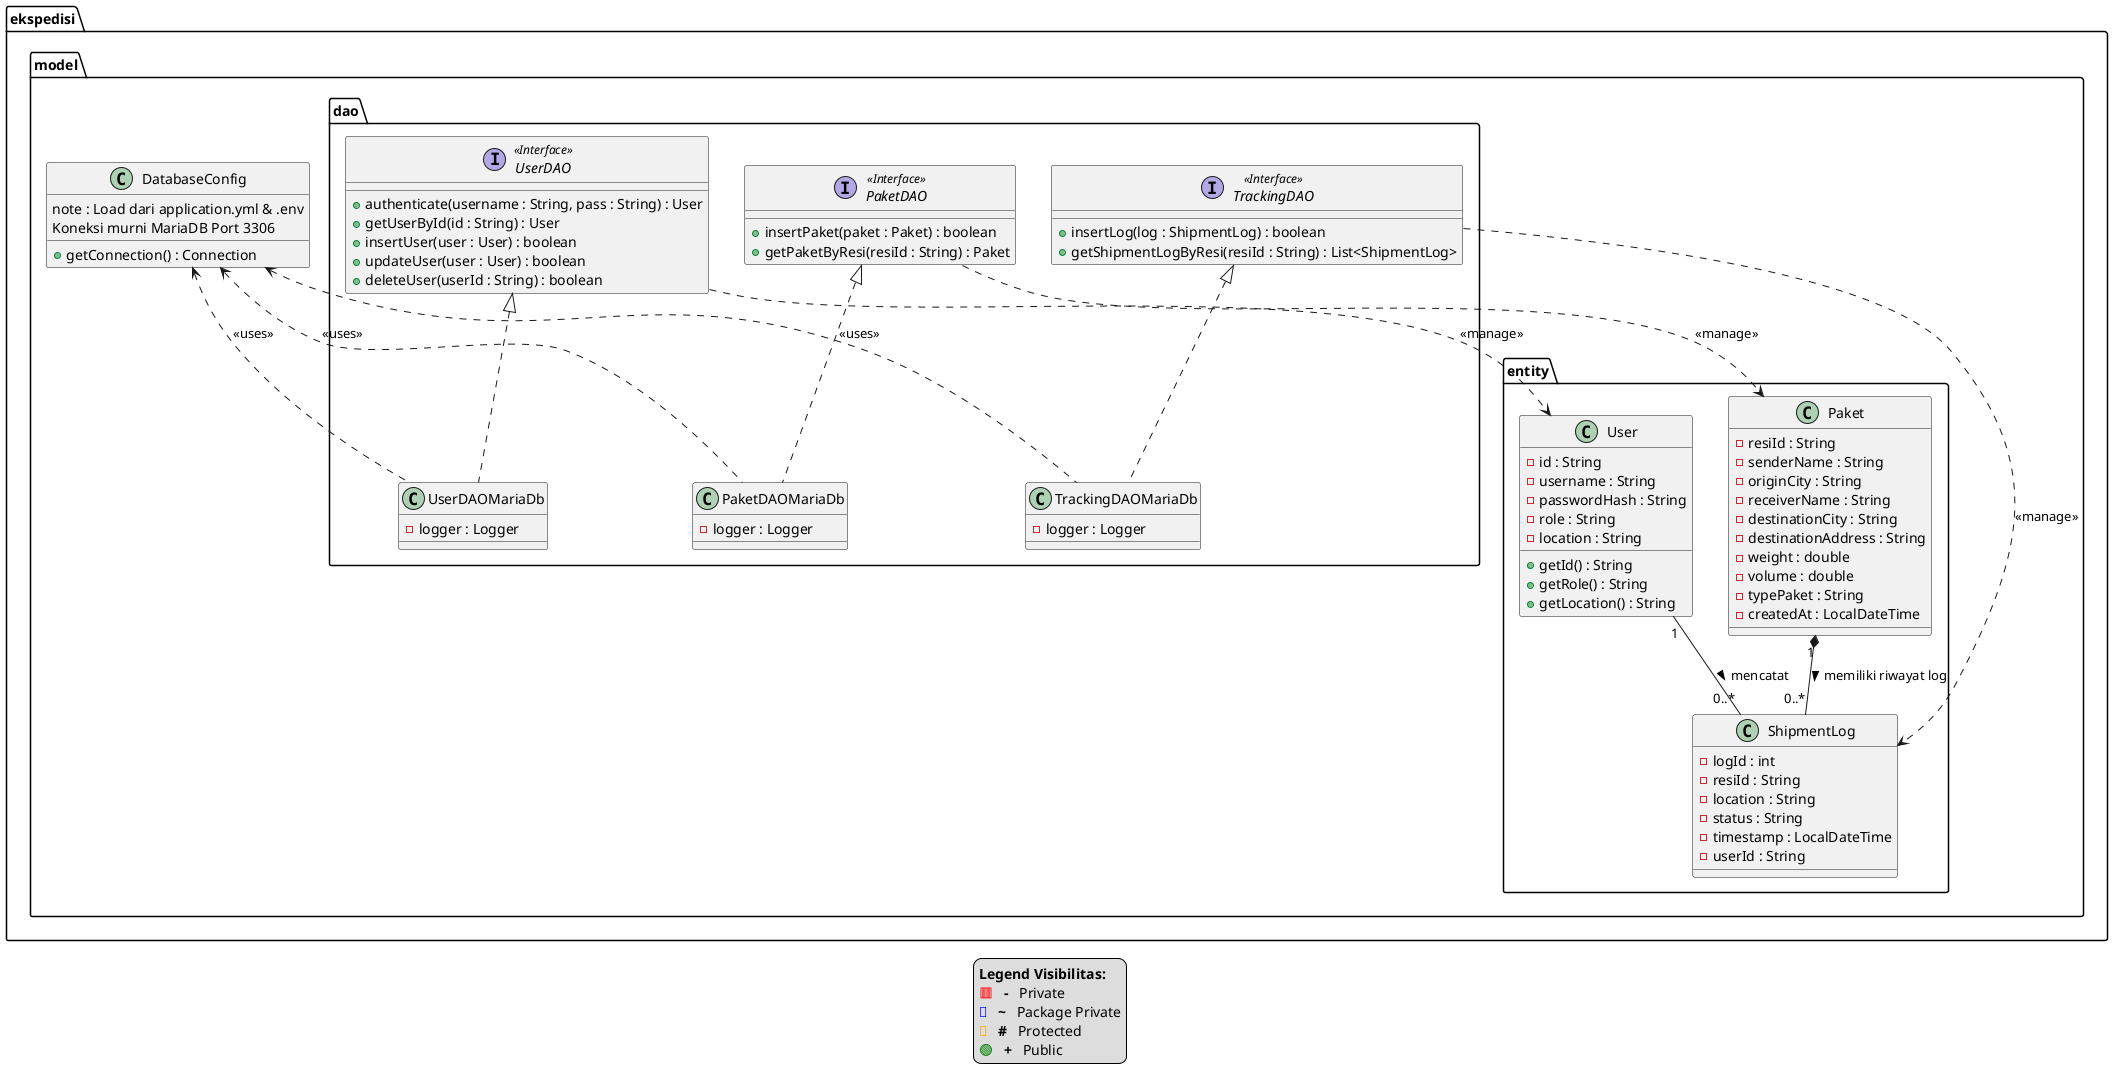
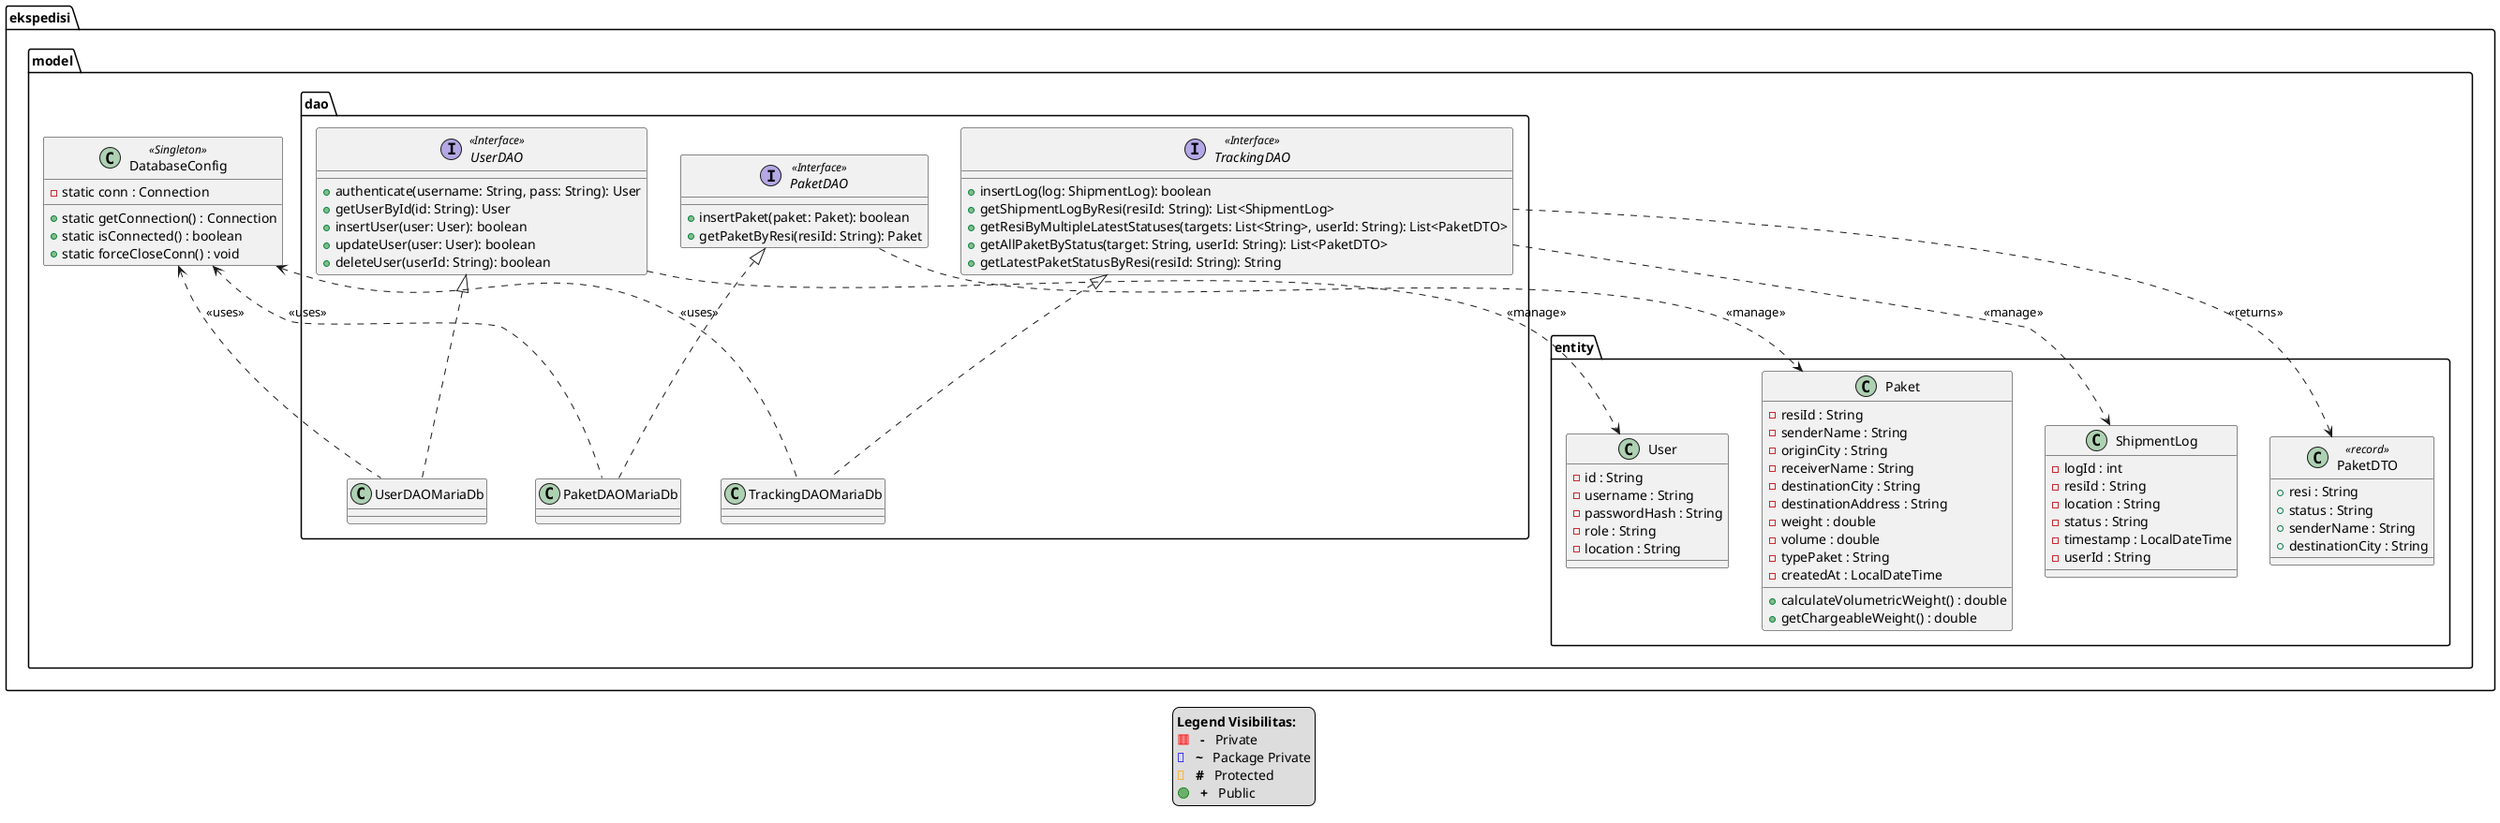
@startuml
- 
package "ekspedisi.model" <<Folder>> {

-     class DatabaseConfig {
-         + getConnection() : Connection
-         note : Load dari application.yml & .env\nKoneksi murni MariaDB Port 3306
+     class DatabaseConfig <<Singleton>> {
+         - static conn : Connection
+         + static getConnection() : Connection
+         + static isConnected() : boolean
+         + static forceCloseConn() : void
    }

    package "entity" <<Folder>> {
        class User {
            - id : String
            - username : String
            - passwordHash : String
            - role : String
            - location : String
-             + getId() : String
-             + getRole() : String
-             + getLocation() : String
        }

        class Paket {
            - resiId : String
            - senderName : String
            - originCity : String
            - receiverName : String
            - destinationCity : String
            - destinationAddress : String
            - weight : double
            - volume : double
            - typePaket : String
            - createdAt : LocalDateTime
+             + calculateVolumetricWeight() : double
+             + getChargeableWeight() : double
        }

        class ShipmentLog {
            - logId : int
            - resiId : String
            - location : String
            - status : String
            - timestamp : LocalDateTime
            - userId : String
        }
+ 
+         class PaketDTO <<record>> {
+             + resi : String
+             + status : String
+             + senderName : String
+             + destinationCity : String
+         }
    }

    package "dao" <<Folder>> {
- 
        interface UserDAO <<Interface>> {
-             + authenticate(username : String, pass : String) : User
-             + getUserById(id : String) : User
-             + insertUser(user : User) : boolean
-             + updateUser(user : User) : boolean
-             + deleteUser(userId : String) : boolean
+             + authenticate(username: String, pass: String): User
+             + getUserById(id: String): User
+             + insertUser(user: User): boolean
+             + updateUser(user: User): boolean
+             + deleteUser(userId: String): boolean
        }

        interface PaketDAO <<Interface>> {
-             + insertPaket(paket : Paket) : boolean
-             + getPaketByResi(resiId : String) : Paket
+             + insertPaket(paket: Paket): boolean
+             + getPaketByResi(resiId: String): Paket
        }

        interface TrackingDAO <<Interface>> {
-             + insertLog(log : ShipmentLog) : boolean
-             + getShipmentLogByResi(resiId : String) : List<ShipmentLog>
+             + insertLog(log: ShipmentLog): boolean
+             + getShipmentLogByResi(resiId: String): List<ShipmentLog>
+             + getResiByMultipleLatestStatuses(targets: List<String>, userId: String): List<PaketDTO>
+             + getAllPaketByStatus(target: String, userId: String): List<PaketDTO>
+             + getLatestPaketStatusByResi(resiId: String): String
        }

-         ' --- IMPLEMENTASI MARIA DB ---
-         class UserDAOMariaDb {
-             - logger : Logger
-         }
- 
-         class PaketDAOMariaDb {
-             - logger : Logger
-         }
- 
-         class TrackingDAOMariaDb {
-             - logger : Logger
-         }
+         class UserDAOMariaDb
+         class PaketDAOMariaDb
+         class TrackingDAOMariaDb
    }
}

- ' Relasi Implementasi (Realization)
UserDAO <|.. UserDAOMariaDb
PaketDAO <|.. PaketDAOMariaDb
TrackingDAO <|.. TrackingDAOMariaDb

- ' Relasi Database Config ke Implementasi DAO (Dependency)
DatabaseConfig <.. UserDAOMariaDb : <<uses>>
DatabaseConfig <.. PaketDAOMariaDb : <<uses>>
DatabaseConfig <.. TrackingDAOMariaDb : <<uses>>

- ' Relasi Interface DAO ke Entity (Dependency)
PaketDAO ..> Paket : <<manage>>
TrackingDAO ..> ShipmentLog : <<manage>>
+ TrackingDAO ..> PaketDTO : <<returns>>
UserDAO ..> User : <<manage>>
- 
- ' Relasi antar Entity / Table
- Paket "1" *-- "0..*" ShipmentLog : memiliki riwayat log >
- User "1" -- "0..*" ShipmentLog : mencatat >

'Legenda
legend bottom center
      <b>Legend Visibilitas:</b>
      <color:red>🟥</color>  <b> - </b>  Private
      <color:blue>🔷</color>  <b> ~ </b>  Package Private
      <color:orange>🔶</color>  <b> # </b>  Protected
      <color:green>🟢</color>  <b> + </b>  Public
endlegend
- 
@enduml